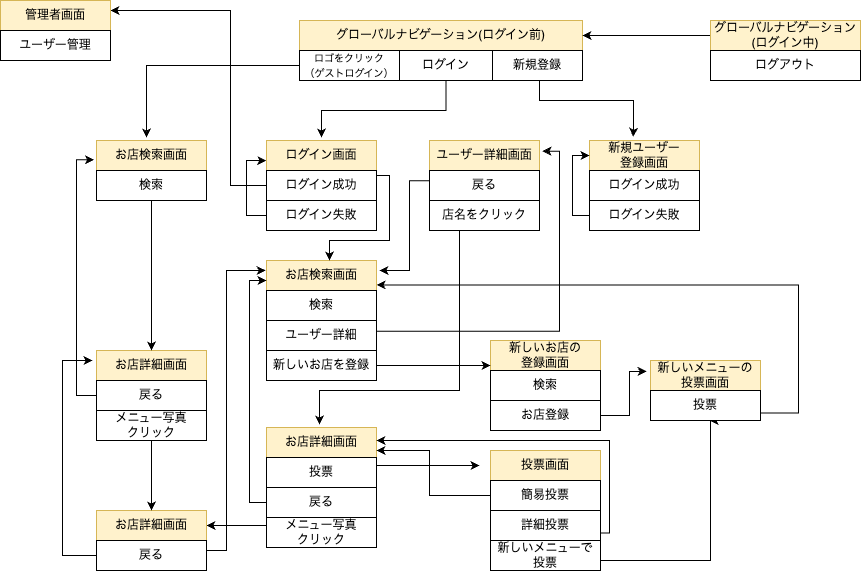
yuko-fu/jimoguru keeps this draw.io diagram as img/ジモグル画面遷移.png. Above is the earlier version. Source tidied: cells renumbered, new cells last; positions are measured from the earlier drawing's top-left corner, leaving out a move shared by most shapes.
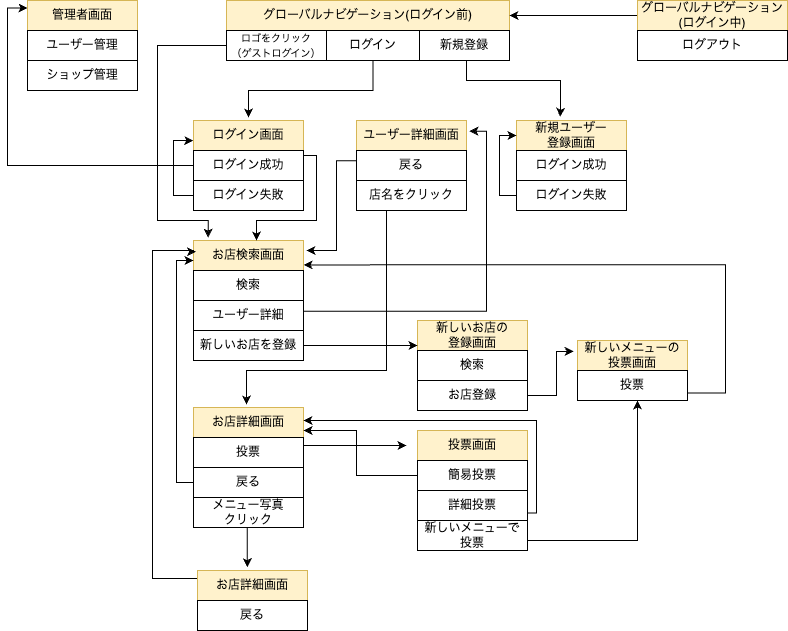
The same file after the commit.

Diff of the diagram source:
```diff
@@ -11,13 +11,15 @@
     <mxCell id="4" value="ログイン" style="rounded=0;whiteSpace=wrap;html=1;" parent="1" vertex="1">
       <mxGeometry x="399" y="50" width="93" height="30" as="geometry" />
     </mxCell>
-    <mxCell id="5" style="edgeStyle=orthogonalEdgeStyle;rounded=0;jettySize=auto;html=1;entryX=0.454;entryY=-0.099;entryDx=0;entryDy=0;entryPerimeter=0;exitX=0;exitY=0.5;exitDx=0;exitDy=0;" parent="1" edge="1" source="6" target="12">
-      <mxGeometry relative="1" as="geometry">
-        <Array as="points">
-          <mxPoint x="146" y="65" />
-        </Array>
-      </mxGeometry>
-    </mxCell>
+    <mxCell id="68" style="edgeStyle=orthogonalEdgeStyle;rounded=0;jettySize=auto;html=1;entryX=0.133;entryY=-0.093;entryDx=0;entryDy=0;entryPerimeter=0;" parent="1" edge="1" source="6" target="22">
+      <mxGeometry relative="1" as="geometry">
+        <Array as="points">
+          <mxPoint x="230" y="65" />
+          <mxPoint x="230" y="240" />
+          <mxPoint x="281" y="240" />
+        </Array>
+      </mxGeometry>
+    </mxCell>
     <mxCell id="6" value="&lt;font style=&quot;font-size: 9px;&quot;&gt;ロゴをクリック&lt;br style=&quot;font-size: 9px;&quot;&gt;（ゲストログイン）&lt;/font&gt;" style="rounded=0;whiteSpace=wrap;html=1;" parent="1" vertex="1">
       <mxGeometry x="299" y="50" width="100" height="30" as="geometry" />
     </mxCell>
@@ -43,32 +45,9 @@
     <mxCell id="11" value="新規登録" style="rounded=0;whiteSpace=wrap;html=1;" parent="1" vertex="1">
       <mxGeometry x="492" y="50" width="90" height="30" as="geometry" />
     </mxCell>
-    <mxCell id="12" value="お店検索画面" style="rounded=0;whiteSpace=wrap;html=1;fillColor=#fff2cc;strokeColor=#d6b656;" parent="1" vertex="1">
-      <mxGeometry x="96" y="140" width="110" height="30" as="geometry" />
-    </mxCell>
-    <mxCell id="13" value="お店詳細画面" style="rounded=0;whiteSpace=wrap;html=1;fillColor=#fff2cc;strokeColor=#d6b656;" parent="1" vertex="1">
-      <mxGeometry x="96" y="350" width="110" height="30" as="geometry" />
-    </mxCell>
     <mxCell id="14" value="投票画面" style="rounded=0;whiteSpace=wrap;html=1;fillColor=#fff2cc;strokeColor=#d6b656;" parent="1" vertex="1">
       <mxGeometry x="490" y="450" width="110" height="30" as="geometry" />
     </mxCell>
-    <mxCell id="15" style="edgeStyle=orthogonalEdgeStyle;rounded=0;jettySize=auto;html=1;entryX=0.5;entryY=0;entryDx=0;entryDy=0;" parent="1" edge="1" source="16" target="13">
-      <mxGeometry relative="1" as="geometry" />
-    </mxCell>
-    <mxCell id="16" value="検索" style="rounded=0;whiteSpace=wrap;html=1;" parent="1" vertex="1">
-      <mxGeometry x="96" y="170" width="110" height="30" as="geometry" />
-    </mxCell>
-    <mxCell id="17" style="edgeStyle=orthogonalEdgeStyle;rounded=0;jettySize=auto;html=1;entryX=-0.021;entryY=0.643;entryDx=0;entryDy=0;entryPerimeter=0;" parent="1" edge="1" source="18" target="12">
-      <mxGeometry relative="1" as="geometry">
-        <Array as="points">
-          <mxPoint x="76" y="395" />
-          <mxPoint x="76" y="159" />
-        </Array>
-      </mxGeometry>
-    </mxCell>
-    <mxCell id="18" value="戻る" style="rounded=0;whiteSpace=wrap;html=1;" parent="1" vertex="1">
-      <mxGeometry x="96" y="380" width="110" height="30" as="geometry" />
-    </mxCell>
     <mxCell id="19" value="ログイン画面" style="rounded=0;whiteSpace=wrap;html=1;fillColor=#fff2cc;strokeColor=#d6b656;" parent="1" vertex="1">
       <mxGeometry x="266" y="140" width="110" height="30" as="geometry" />
     </mxCell>
@@ -92,17 +71,9 @@
         </Array>
       </mxGeometry>
     </mxCell>
-    <mxCell id="24" style="edgeStyle=orthogonalEdgeStyle;rounded=0;orthogonalLoop=1;jettySize=auto;html=1;exitX=0;exitY=0.5;exitDx=0;exitDy=0;" parent="1" edge="1">
-      <mxGeometry relative="1" as="geometry">
-        <mxPoint x="266" y="185" as="sourcePoint" />
-        <mxPoint x="110" y="10" as="targetPoint" />
-        <Array as="points">
-          <mxPoint x="230" y="185" />
-          <mxPoint x="230" y="10" />
-          <mxPoint x="110" y="10" />
-        </Array>
-      </mxGeometry>
-    </mxCell>
+    <mxCell id="69" style="edgeStyle=orthogonalEdgeStyle;rounded=0;jettySize=auto;html=1;entryX=0;entryY=0.25;entryDx=0;entryDy=0;" parent="1" edge="1" source="25" target="66">
+      <mxGeometry relative="1" as="geometry" />
+    </mxCell>
     <mxCell id="25" value="ログイン成功" style="rounded=0;whiteSpace=wrap;html=1;" parent="1" vertex="1">
       <mxGeometry x="266" y="170" width="110" height="30" as="geometry" />
     </mxCell>
@@ -239,46 +210,31 @@
     <mxCell id="50" value="投票" style="rounded=0;whiteSpace=wrap;html=1;" parent="1" vertex="1">
       <mxGeometry x="650" y="390" width="110" height="30" as="geometry" />
     </mxCell>
-    <mxCell id="51" style="edgeStyle=orthogonalEdgeStyle;rounded=0;jettySize=auto;html=1;" parent="1" edge="1" source="52" target="54">
+    <mxCell id="51" style="edgeStyle=orthogonalEdgeStyle;rounded=0;jettySize=auto;html=1;entryX=0.452;entryY=-0.108;entryDx=0;entryDy=0;entryPerimeter=0;" parent="1" edge="1" source="52" target="54">
       <mxGeometry relative="1" as="geometry">
         <Array as="points">
-          <mxPoint x="249" y="525" />
-          <mxPoint x="249" y="525" />
+          <mxPoint x="320" y="569" />
         </Array>
       </mxGeometry>
     </mxCell>
     <mxCell id="52" value="メニュー写真&lt;br&gt;クリック" style="rounded=0;whiteSpace=wrap;html=1;" parent="1" vertex="1">
       <mxGeometry x="266" y="517" width="110" height="30" as="geometry" />
     </mxCell>
-    <mxCell id="53" style="edgeStyle=orthogonalEdgeStyle;rounded=0;jettySize=auto;html=1;exitX=1;exitY=0.25;exitDx=0;exitDy=0;entryX=-0.007;entryY=0.335;entryDx=0;entryDy=0;entryPerimeter=0;" parent="1" edge="1" source="54" target="22">
+    <mxCell id="53" style="edgeStyle=orthogonalEdgeStyle;rounded=0;jettySize=auto;html=1;entryX=0.022;entryY=0.372;entryDx=0;entryDy=0;entryPerimeter=0;" parent="1" edge="1" source="54" target="22">
       <mxGeometry relative="1" as="geometry">
         <Array as="points">
-          <mxPoint x="206" y="550" />
-          <mxPoint x="226" y="550" />
-          <mxPoint x="226" y="270" />
+          <mxPoint x="225" y="598" />
+          <mxPoint x="225" y="270" />
+          <mxPoint x="266" y="270" />
+          <mxPoint x="266" y="271" />
         </Array>
       </mxGeometry>
     </mxCell>
     <mxCell id="54" value="お店詳細画面" style="rounded=0;whiteSpace=wrap;html=1;fillColor=#fff2cc;strokeColor=#d6b656;" parent="1" vertex="1">
-      <mxGeometry x="96" y="510" width="110" height="30" as="geometry" />
+      <mxGeometry x="270" y="590" width="110" height="30" as="geometry" />
     </mxCell>
-    <mxCell id="55" style="edgeStyle=orthogonalEdgeStyle;rounded=0;jettySize=auto;html=1;" parent="1" edge="1" source="56" target="54">
-      <mxGeometry relative="1" as="geometry" />
-    </mxCell>
-    <mxCell id="56" value="メニュー写真&lt;br&gt;クリック" style="rounded=0;whiteSpace=wrap;html=1;" parent="1" vertex="1">
-      <mxGeometry x="96" y="410" width="110" height="30" as="geometry" />
-    </mxCell>
-    <mxCell id="57" style="edgeStyle=orthogonalEdgeStyle;rounded=0;jettySize=auto;html=1;" parent="1" edge="1" source="58">
-      <mxGeometry relative="1" as="geometry">
-        <mxPoint x="92" y="360" as="targetPoint" />
-        <Array as="points">
-          <mxPoint x="62" y="555" />
-          <mxPoint x="62" y="360" />
-        </Array>
-      </mxGeometry>
-    </mxCell>
     <mxCell id="58" value="戻る" style="rounded=0;whiteSpace=wrap;html=1;" parent="1" vertex="1">
-      <mxGeometry x="96" y="540" width="110" height="30" as="geometry" />
+      <mxGeometry x="270" y="620" width="110" height="30" as="geometry" />
     </mxCell>
     <mxCell id="59" value="ユーザー詳細画面" style="rounded=0;whiteSpace=wrap;html=1;fillColor=#fff2cc;strokeColor=#d6b656;" parent="1" vertex="1">
       <mxGeometry x="429" y="140" width="110" height="30" as="geometry" />
@@ -325,10 +281,13 @@
       <mxGeometry x="266" y="320" width="110" height="30" as="geometry" />
     </mxCell>
     <mxCell id="66" value="管理者画面" style="rounded=0;whiteSpace=wrap;html=1;fillColor=#fff2cc;strokeColor=#d6b656;" parent="1" vertex="1">
-      <mxGeometry width="110" height="30" as="geometry" />
+      <mxGeometry x="100" y="20" width="110" height="30" as="geometry" />
     </mxCell>
     <mxCell id="67" value="ユーザー管理" style="rounded=0;whiteSpace=wrap;html=1;" parent="1" vertex="1">
-      <mxGeometry y="30" width="110" height="30" as="geometry" />
+      <mxGeometry x="100" y="50" width="110" height="30" as="geometry" />
     </mxCell>
+    <mxCell id="70" value="ショップ管理" style="rounded=0;whiteSpace=wrap;html=1;" parent="1" vertex="1">
+      <mxGeometry x="100" y="80" width="110" height="30" as="geometry" />
+    </mxCell>
   </root>
 </mxGraphModel>
```
